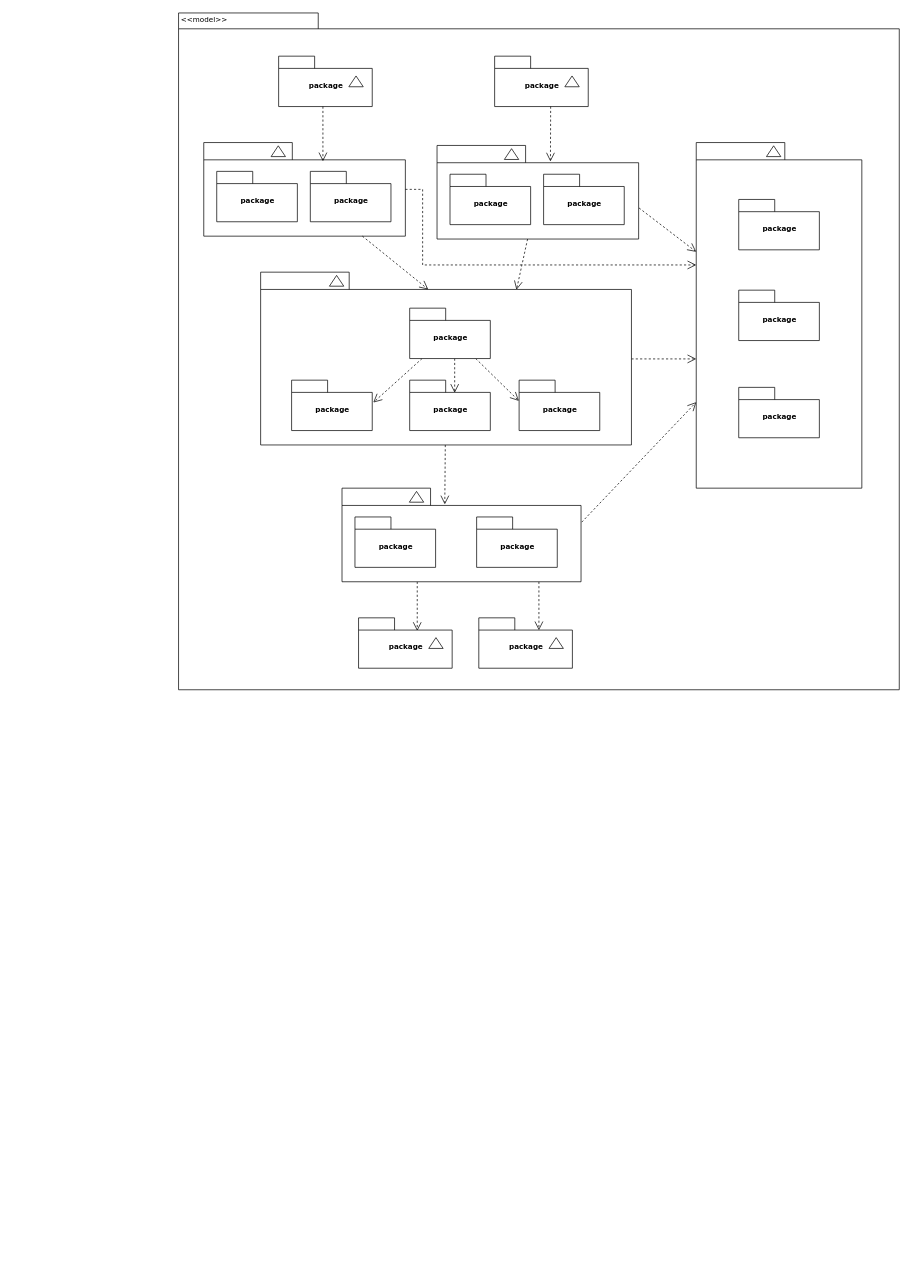
nguyenvanhaiduy/Project-Manager keeps this draw.io diagram as Biểu đồ không có tiêu đề.drawio. Above is the earlier version. Source tidied: cells renumbered, new cells numbered last; positions are measured from the earlier drawing's top-left corner, leaving out a move shared by most shapes. Both pictures are drawn from the tidied source at 72%, with x=0, y=0 at pixel (178, 12).
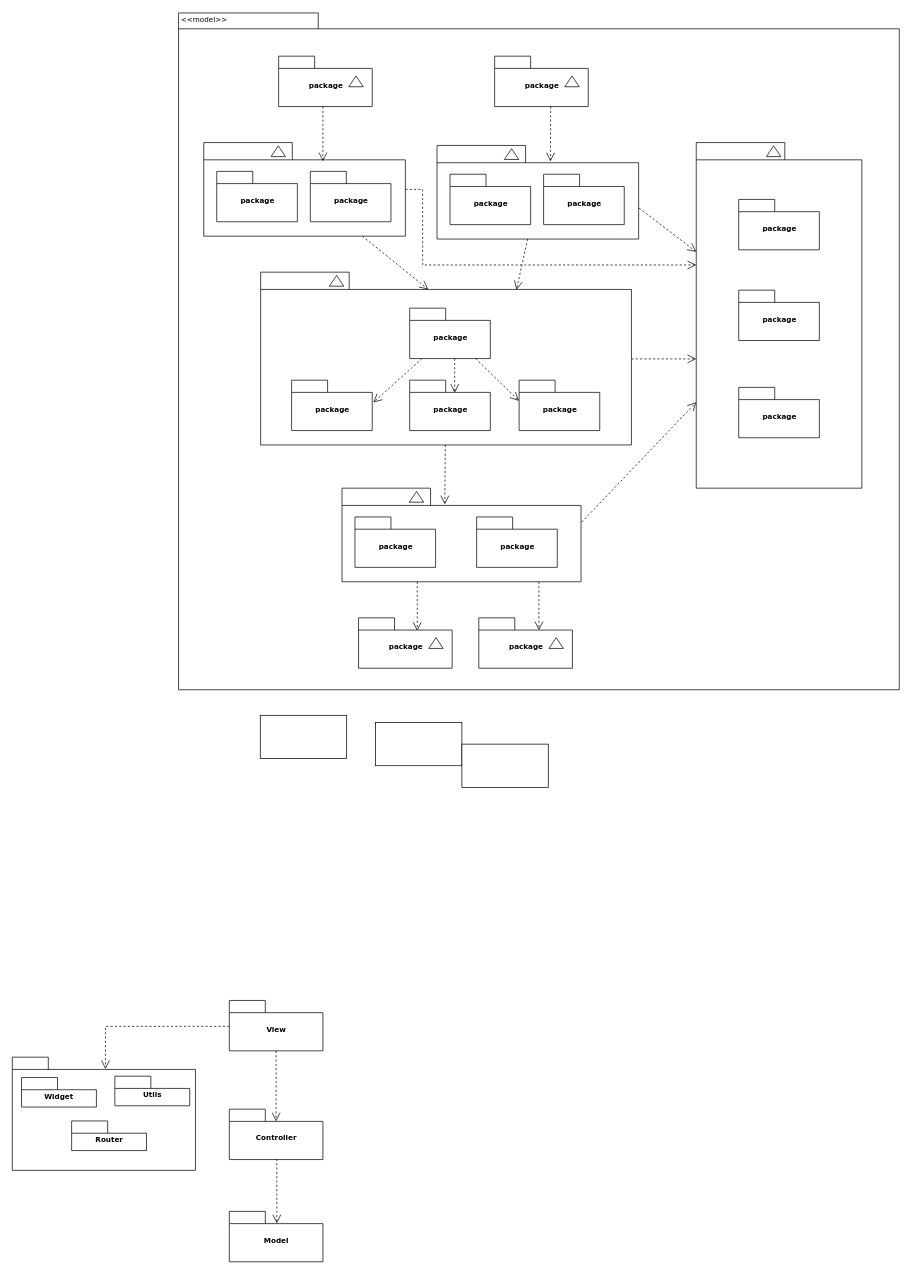
Above is the later version.

Commit message:
Cập nhật Biểu đồ không có tiêu đề.drawio

What changed in the source:
```diff
@@
+    <mxCell id="57" style="whiteSpace=wrap;html=1;" parent="1" vertex="1">
+      <mxGeometry x="114" y="976" width="120" height="60" as="geometry" />
+    </mxCell>
+    <mxCell id="58" style="whiteSpace=wrap;html=1;" parent="1" vertex="1">
+      <mxGeometry x="274" y="986" width="120" height="60" as="geometry" />
+    </mxCell>
+    <mxCell id="59" style="whiteSpace=wrap;html=1;" parent="1" vertex="1">
+      <mxGeometry x="394" y="1016" width="120" height="60" as="geometry" />
+    </mxCell>
+    <mxCell id="60" style="group;" parent="1" vertex="1">
+      <mxGeometry x="71" y="1372" width="130" height="70" as="geometry" />
+    </mxCell>
+    <mxCell id="61" value="View" style="shape=folder;fontStyle=1;spacingTop=10;tabWidth=50;tabHeight=17;tabPosition=left;html=1;rounded=0;shadow=0;comic=0;labelBackgroundColor=none;strokeWidth=1;fontFamily=Verdana;fontSize=10;align=center;" parent="60" vertex="1">
+      <mxGeometry width="130" height="70" as="geometry" />
+    </mxCell>
+    <mxCell id="62" value="Controller" style="shape=folder;fontStyle=1;spacingTop=10;tabWidth=50;tabHeight=17;tabPosition=left;html=1;rounded=0;shadow=0;comic=0;labelBackgroundColor=none;strokeWidth=1;fontFamily=Verdana;fontSize=10;align=center;" parent="1" vertex="1">
+      <mxGeometry x="71" y="1523" width="130" height="70" as="geometry" />
+    </mxCell>
+    <mxCell id="63" value="Model" style="shape=folder;fontStyle=1;spacingTop=10;tabWidth=50;tabHeight=17;tabPosition=left;html=1;rounded=0;shadow=0;comic=0;labelBackgroundColor=none;strokeWidth=1;fontFamily=Verdana;fontSize=10;align=center;" parent="1" vertex="1">
+      <mxGeometry x="71" y="1665" width="130" height="70" as="geometry" />
+    </mxCell>
+    <mxCell id="64" style="group;" parent="1" vertex="1">
+      <mxGeometry x="-80" y="1442" width="104" height="166" as="geometry" />
+    </mxCell>
+    <mxCell id="65" style="shape=folder;fontStyle=1;spacingTop=10;tabWidth=50;tabHeight=17;tabPosition=left;html=1;rounded=0;shadow=0;comic=0;labelBackgroundColor=none;strokeWidth=1;fontFamily=Verdana;fontSize=10;align=center;" parent="64" vertex="1">
+      <mxGeometry x="-150.4" y="8.8" width="254.4" height="157.2" as="geometry" />
+    </mxCell>
+    <mxCell id="66" value="Utils" style="shape=folder;fontStyle=1;spacingTop=10;tabWidth=50;tabHeight=17;tabPosition=left;html=1;rounded=0;shadow=0;comic=0;labelBackgroundColor=none;strokeWidth=1;fontFamily=Verdana;fontSize=10;align=center;" parent="64" vertex="1">
+      <mxGeometry x="-8" y="35.2" width="104" height="41.1" as="geometry" />
+    </mxCell>
+    <mxCell id="67" style="group;" parent="64" vertex="1">
+      <mxGeometry x="-137.6" y="37" width="104" height="41.1" as="geometry" />
+    </mxCell>
+    <mxCell id="68" value="Widget" style="shape=folder;fontStyle=1;spacingTop=10;tabWidth=50;tabHeight=17;tabPosition=left;html=1;rounded=0;shadow=0;comic=0;labelBackgroundColor=none;strokeWidth=1;fontFamily=Verdana;fontSize=10;align=center;" parent="67" vertex="1">
+      <mxGeometry width="104" height="41.1" as="geometry" />
+    </mxCell>
+    <mxCell id="69" style="group;" parent="64" vertex="1">
+      <mxGeometry x="-68" y="97.4" width="104" height="41.1" as="geometry" />
+    </mxCell>
+    <mxCell id="70" value="Router" style="shape=folder;fontStyle=1;spacingTop=10;tabWidth=50;tabHeight=17;tabPosition=left;html=1;rounded=0;shadow=0;comic=0;labelBackgroundColor=none;strokeWidth=1;fontFamily=Verdana;fontSize=10;align=center;" parent="69" vertex="1">
+      <mxGeometry width="104" height="41.1" as="geometry" />
+    </mxCell>
+    <mxCell id="71" style="edgeStyle=elbowEdgeStyle;rounded=0;html=1;dashed=1;labelBackgroundColor=none;startFill=0;endArrow=open;endFill=0;endSize=10;fontFamily=Verdana;fontSize=10;exitX=0.5;exitY=1;exitDx=0;exitDy=0;exitPerimeter=0;entryX=0.496;entryY=0.243;entryDx=0;entryDy=0;entryPerimeter=0;" parent="1" edge="1" source="61" target="62">
+      <mxGeometry relative="1" as="geometry" />
+    </mxCell>
+    <mxCell id="72" style="edgeStyle=elbowEdgeStyle;rounded=0;html=1;dashed=1;labelBackgroundColor=none;startFill=0;endArrow=open;endFill=0;endSize=10;fontFamily=Verdana;fontSize=10;entryX=0.509;entryY=0.105;entryDx=0;entryDy=0;entryPerimeter=0;" parent="1" edge="1" target="65">
+      <mxGeometry relative="1" as="geometry">
+        <mxPoint x="71" y="1408" as="sourcePoint" />
+        <Array as="points">
+          <mxPoint x="-101" y="1454" />
+        </Array>
+      </mxGeometry>
+    </mxCell>
+    <mxCell id="73" style="edgeStyle=elbowEdgeStyle;rounded=0;html=1;dashed=1;labelBackgroundColor=none;startFill=0;endArrow=open;endFill=0;endSize=10;fontFamily=Verdana;fontSize=10;exitX=0.5;exitY=1;exitDx=0;exitDy=0;exitPerimeter=0;entryX=0.513;entryY=0.238;entryDx=0;entryDy=0;entryPerimeter=0;" parent="1" edge="1" source="62" target="63">
+      <mxGeometry relative="1" as="geometry" />
+    </mxCell>
```
